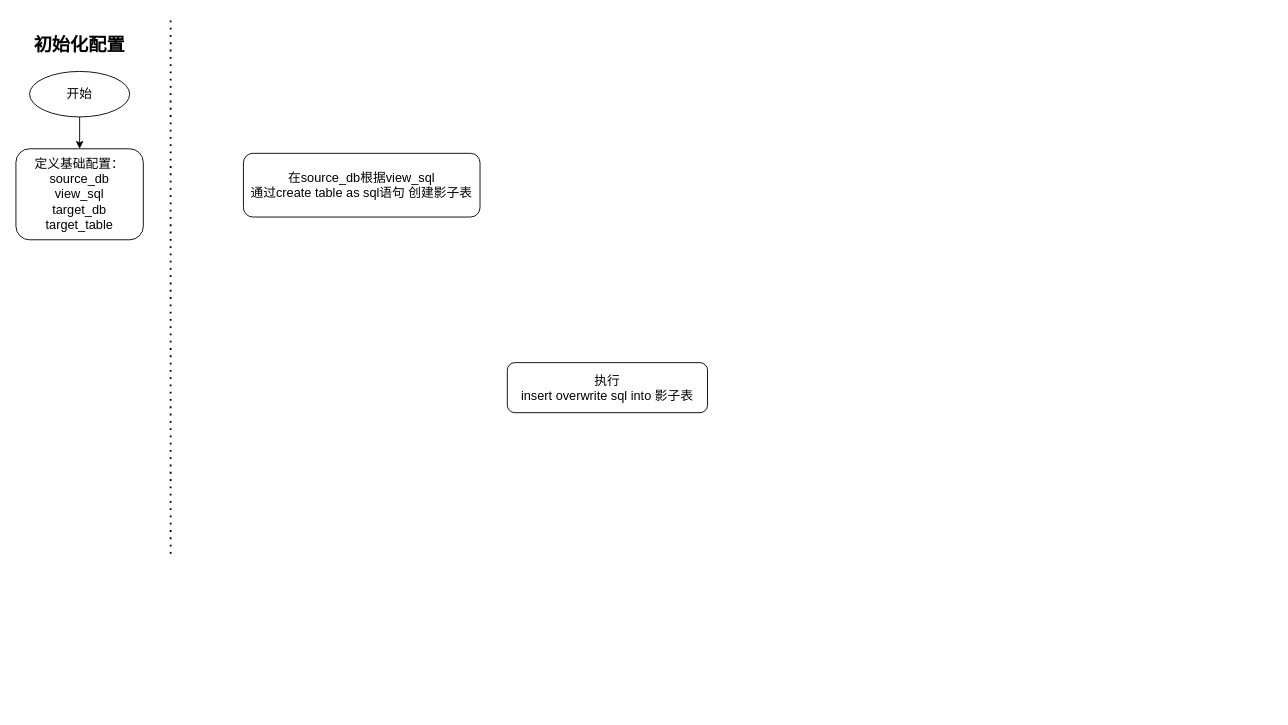
This is 需求记录/10、数仓博客/有规则准实时视图导入.drawio from peach0819/peach, a draw.io file, before an edit. Source tidied: cells renumbered, new cells numbered last; positions are measured from the earlier drawing's top-left corner, leaving out a move shared by most shapes. Both pictures are drawn from the tidied source at 91%, with x=0, y=0 at pixel (15, 16).
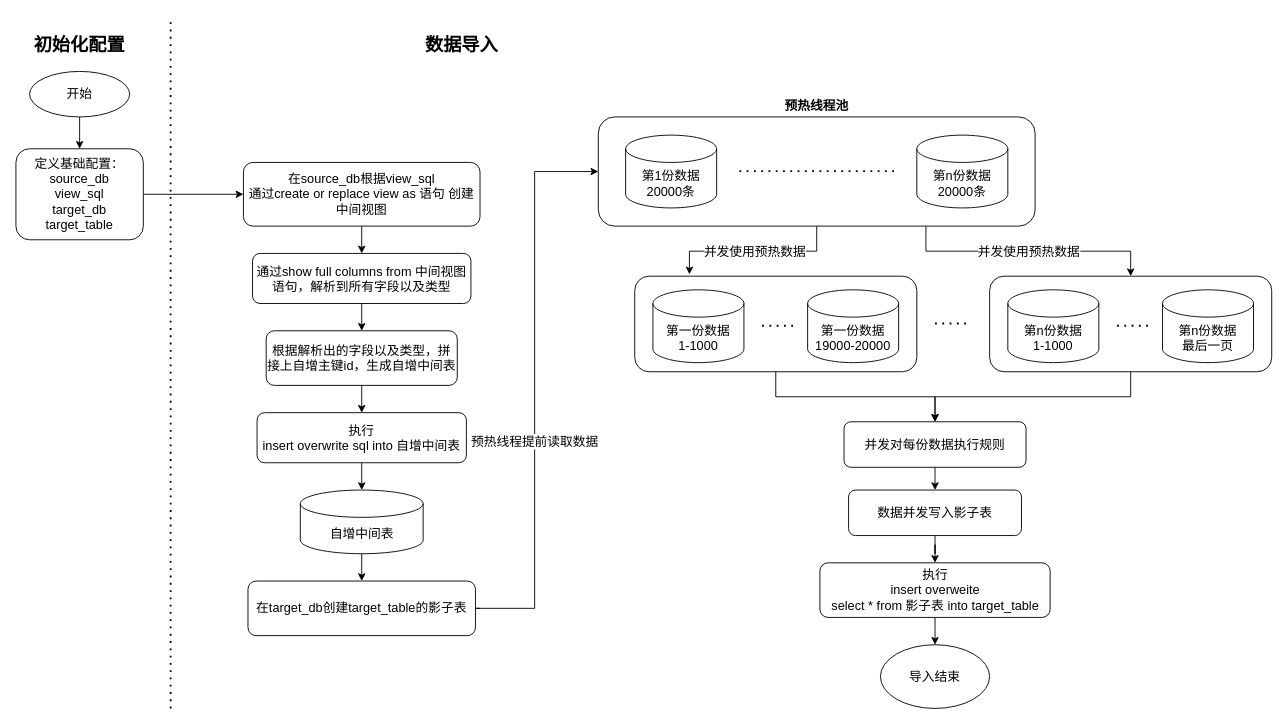
The same page after the edit.

Commit message (it also covers changes not shown here):
feat: 数仓博客-有规则准实时视图导入

The change refers to these unchanged cells:
```xml
<mxCell id="5" value="&lt;span style=&quot;font-size: 14px&quot;&gt;定义基础配置：&lt;/span&gt;&lt;br style=&quot;font-size: 14px&quot;&gt;&lt;span style=&quot;font-size: 14px&quot;&gt;source_db&lt;/span&gt;&lt;br style=&quot;font-size: 14px&quot;&gt;&lt;span style=&quot;font-size: 14px&quot;&gt;view_sql&lt;/span&gt;&lt;br style=&quot;font-size: 14px&quot;&gt;&lt;span style=&quot;font-size: 14px&quot;&gt;target_db&lt;/span&gt;&lt;br style=&quot;font-size: 14px&quot;&gt;&lt;span style=&quot;font-size: 14px&quot;&gt;target_table&lt;/span&gt;" style="rounded=1;whiteSpace=wrap;html=1;" parent="1" vertex="1">
  <mxGeometry y="145" width="140" height="100" as="geometry" />
</mxCell>
```

What changed in the source:
```diff
@@
+    <mxCell id="9" style="edgeStyle=orthogonalEdgeStyle;rounded=0;jettySize=auto;html=1;exitX=0.5;exitY=1;exitDx=0;exitDy=0;entryX=0.5;entryY=0;entryDx=0;entryDy=0;" parent="1" edge="1" source="10" target="45">
+      <mxGeometry relative="1" as="geometry" />
+    </mxCell>
+    <mxCell id="10" style="rounded=1;whiteSpace=wrap;html=1;" parent="1" vertex="1">
+      <mxGeometry x="680" y="285" width="310" height="105" as="geometry" />
+    </mxCell>
+    <mxCell id="11" value="&lt;font style=&quot;font-size: 14px&quot;&gt;并发使用预热数据&lt;/font&gt;" style="edgeStyle=orthogonalEdgeStyle;rounded=0;jettySize=auto;html=1;exitX=0.5;exitY=1;exitDx=0;exitDy=0;entryX=0.194;entryY=-0.019;entryDx=0;entryDy=0;entryPerimeter=0;" parent="1" edge="1" source="13" target="10">
+      <mxGeometry relative="1" as="geometry" />
+    </mxCell>
+    <mxCell id="12" value="&#10;&#10;&lt;span style=&quot;color: rgb(0, 0, 0); font-family: helvetica; font-size: 14px; font-style: normal; font-weight: 400; letter-spacing: normal; text-align: center; text-indent: 0px; text-transform: none; word-spacing: 0px; background-color: rgb(255, 255, 255); display: inline; float: none;&quot;&gt;并发使用预热数据&lt;/span&gt;&#10;&#10;" style="edgeStyle=orthogonalEdgeStyle;rounded=0;jettySize=auto;html=1;exitX=0.75;exitY=1;exitDx=0;exitDy=0;entryX=0.5;entryY=0;entryDx=0;entryDy=0;" parent="1" edge="1" source="13" target="39">
+      <mxGeometry relative="1" as="geometry" />
+    </mxCell>
+    <mxCell id="13" style="rounded=1;whiteSpace=wrap;html=1;" parent="1" vertex="1">
+      <mxGeometry x="640" y="110" width="480" height="120" as="geometry" />
+    </mxCell>
@@
+    <mxCell id="14" style="edgeStyle=orthogonalEdgeStyle;rounded=0;jettySize=auto;html=1;exitX=1;exitY=0.5;exitDx=0;exitDy=0;entryX=0;entryY=0.5;entryDx=0;entryDy=0;" parent="1" edge="1" source="5" target="18">
+      <mxGeometry relative="1" as="geometry" />
+    </mxCell>
@@
-    <mxCell id="6" style="endArrow=none;dashed=1;html=1;dashPattern=1 3;strokeWidth=2;" parent="1" edge="1">
-      <mxGeometry relative="1" as="geometry">
-        <mxPoint x="170" y="590" as="sourcePoint" />
-        <mxPoint x="170" as="targetPoint" />
-      </mxGeometry>
-    </mxCell>
-    <mxCell id="7" value="&lt;font style=&quot;font-size: 14px&quot;&gt;在source_db根据view_sql&lt;br&gt;通过create table as sql语句 创建影子表&lt;/font&gt;" style="rounded=1;whiteSpace=wrap;html=1;" parent="1" vertex="1">
-      <mxGeometry x="250" y="150" width="260" height="70" as="geometry" />
-    </mxCell>
-    <mxCell id="8" value="&lt;font style=&quot;font-size: 14px&quot;&gt;执行&lt;br&gt;insert overwrite sql into 影子表&lt;/font&gt;" style="rounded=1;whiteSpace=wrap;html=1;" parent="1" vertex="1">
-      <mxGeometry x="540" y="380" width="220" height="55" as="geometry" />
-    </mxCell>
+    <mxCell id="15" value="&lt;span style=&quot;font-size: 20px&quot;&gt;&lt;b&gt;数据导入&lt;/b&gt;&lt;/span&gt;" style="text;html=1;strokeColor=none;fillColor=none;align=center;verticalAlign=middle;whiteSpace=wrap;rounded=0;" parent="1" vertex="1">
+      <mxGeometry x="420" y="10" width="140" height="40" as="geometry" />
+    </mxCell>
+    <mxCell id="16" style="endArrow=none;dashed=1;html=1;dashPattern=1 3;strokeWidth=2;" parent="1" edge="1">
+      <mxGeometry relative="1" as="geometry">
+        <mxPoint x="170" y="760" as="sourcePoint" />
+        <mxPoint x="170" as="targetPoint" />
+      </mxGeometry>
+    </mxCell>
+    <mxCell id="17" style="edgeStyle=orthogonalEdgeStyle;rounded=0;jettySize=auto;html=1;exitX=0.5;exitY=1;exitDx=0;exitDy=0;entryX=0.5;entryY=0;entryDx=0;entryDy=0;" parent="1" edge="1" source="18" target="20">
+      <mxGeometry relative="1" as="geometry" />
+    </mxCell>
+    <mxCell id="18" value="&lt;font style=&quot;font-size: 14px&quot;&gt;在source_db根据view_sql&lt;br&gt;通过create or replace view as 语句 创建中间视图&lt;/font&gt;" style="rounded=1;whiteSpace=wrap;html=1;" parent="1" vertex="1">
+      <mxGeometry x="250" y="160" width="260" height="70" as="geometry" />
+    </mxCell>
+    <mxCell id="19" style="edgeStyle=orthogonalEdgeStyle;rounded=0;jettySize=auto;html=1;exitX=0.5;exitY=1;exitDx=0;exitDy=0;entryX=0.5;entryY=0;entryDx=0;entryDy=0;" parent="1" edge="1" target="22">
+      <mxGeometry relative="1" as="geometry">
+        <mxPoint x="382" y="315" as="sourcePoint" />
+      </mxGeometry>
+    </mxCell>
+    <mxCell id="20" value="&lt;font style=&quot;font-size: 14px&quot;&gt;通过show full columns from 中间视图&lt;br&gt;语句，解析到所有字段以及类型&lt;br&gt;&lt;/font&gt;" style="rounded=1;whiteSpace=wrap;html=1;" parent="1" vertex="1">
+      <mxGeometry x="260" y="260" width="240" height="55" as="geometry" />
+    </mxCell>
+    <mxCell id="21" style="edgeStyle=orthogonalEdgeStyle;rounded=0;jettySize=auto;html=1;exitX=0.5;exitY=1;exitDx=0;exitDy=0;entryX=0.5;entryY=0;entryDx=0;entryDy=0;" parent="1" edge="1" source="22" target="24">
+      <mxGeometry relative="1" as="geometry" />
+    </mxCell>
+    <mxCell id="22" value="&lt;font style=&quot;font-size: 14px&quot;&gt;根据解析出的字段以及类型，拼接上自增主键id，生成自增中间表&lt;/font&gt;" style="rounded=1;whiteSpace=wrap;html=1;" parent="1" vertex="1">
+      <mxGeometry x="275" y="345" width="210" height="60" as="geometry" />
+    </mxCell>
+    <mxCell id="23" style="edgeStyle=orthogonalEdgeStyle;rounded=0;jettySize=auto;html=1;exitX=0.5;exitY=1;exitDx=0;exitDy=0;entryX=0.5;entryY=0;entryDx=0;entryDy=0;entryPerimeter=0;" parent="1" edge="1" source="24" target="27">
+      <mxGeometry relative="1" as="geometry" />
+    </mxCell>
+    <mxCell id="24" value="&lt;font style=&quot;font-size: 14px&quot;&gt;执行&lt;br&gt;insert overwrite sql into 自增中间表&lt;/font&gt;" style="rounded=1;whiteSpace=wrap;html=1;" parent="1" vertex="1">
+      <mxGeometry x="265" y="435" width="230" height="55" as="geometry" />
+    </mxCell>
+    <mxCell id="25" value="&lt;font style=&quot;font-size: 14px&quot;&gt;预热线程提前读取数据&lt;/font&gt;" style="edgeStyle=orthogonalEdgeStyle;rounded=0;jettySize=auto;html=1;entryX=0;entryY=0.5;entryDx=0;entryDy=0;" parent="1" edge="1" target="13">
+      <mxGeometry relative="1" as="geometry">
+        <mxPoint x="510" y="650" as="sourcePoint" />
+        <Array as="points">
+          <mxPoint x="448" y="650" />
+          <mxPoint x="570" y="650" />
+          <mxPoint x="570" y="170" />
+        </Array>
+      </mxGeometry>
+    </mxCell>
+    <mxCell id="26" style="edgeStyle=orthogonalEdgeStyle;rounded=0;jettySize=auto;html=1;exitX=0.5;exitY=1;exitDx=0;exitDy=0;exitPerimeter=0;entryX=0.5;entryY=0;entryDx=0;entryDy=0;" parent="1" edge="1" source="27" target="46">
+      <mxGeometry relative="1" as="geometry" />
+    </mxCell>
+    <mxCell id="27" value="&lt;font style=&quot;font-size: 14px&quot;&gt;自增中间表&lt;/font&gt;" style="shape=cylinder3;whiteSpace=wrap;html=1;boundedLbl=1;backgroundOutline=1;size=15;" parent="1" vertex="1">
+      <mxGeometry x="312.5" y="520" width="135" height="70" as="geometry" />
+    </mxCell>
+    <mxCell id="28" value="&lt;font style=&quot;font-size: 14px&quot;&gt;导入结束&lt;/font&gt;" style="ellipse;whiteSpace=wrap;html=1;" parent="1" vertex="1">
+      <mxGeometry x="950" y="690" width="120" height="70" as="geometry" />
+    </mxCell>
+    <mxCell id="29" style="edgeStyle=orthogonalEdgeStyle;rounded=0;jettySize=auto;html=1;exitX=0.5;exitY=1;exitDx=0;exitDy=0;entryX=0.5;entryY=0;entryDx=0;entryDy=0;" parent="1" edge="1" source="30" target="28">
+      <mxGeometry relative="1" as="geometry" />
+    </mxCell>
+    <mxCell id="30" value="&lt;font style=&quot;font-size: 14px&quot;&gt;执行&lt;br&gt;insert overweite &lt;br&gt;select * from 影子表 into target_table&lt;/font&gt;" style="rounded=1;whiteSpace=wrap;html=1;" parent="1" vertex="1">
+      <mxGeometry x="883.5" y="600" width="253" height="60" as="geometry" />
+    </mxCell>
+    <mxCell id="31" value="&lt;font style=&quot;font-size: 14px&quot;&gt;第1份数据&lt;br&gt;20000条&lt;br&gt;&lt;/font&gt;" style="shape=cylinder3;whiteSpace=wrap;html=1;boundedLbl=1;backgroundOutline=1;size=15;" parent="1" vertex="1">
+      <mxGeometry x="670" y="130" width="100" height="80" as="geometry" />
+    </mxCell>
+    <mxCell id="32" value="&lt;font style=&quot;font-size: 14px&quot;&gt;第n份数据&lt;br&gt;20000条&lt;br&gt;&lt;/font&gt;" style="shape=cylinder3;whiteSpace=wrap;html=1;boundedLbl=1;backgroundOutline=1;size=15;" parent="1" vertex="1">
+      <mxGeometry x="990" y="130" width="100" height="80" as="geometry" />
+    </mxCell>
+    <mxCell id="33" style="endArrow=none;dashed=1;html=1;dashPattern=1 3;strokeWidth=2;" parent="1" edge="1">
+      <mxGeometry relative="1" as="geometry">
+        <mxPoint x="795" y="169.5" as="sourcePoint" />
+        <mxPoint x="965" y="169.5" as="targetPoint" />
+      </mxGeometry>
+    </mxCell>
+    <mxCell id="34" value="&lt;font style=&quot;font-size: 14px&quot;&gt;&lt;b&gt;预热线程池&lt;/b&gt;&lt;/font&gt;" style="text;html=1;strokeColor=none;fillColor=none;align=center;verticalAlign=middle;whiteSpace=wrap;rounded=0;" parent="1" vertex="1">
+      <mxGeometry x="830" y="85" width="100" height="25" as="geometry" />
+    </mxCell>
+    <mxCell id="35" value="&lt;font style=&quot;font-size: 14px&quot;&gt;第一份数据&lt;br&gt;1-1000&lt;br&gt;&lt;/font&gt;" style="shape=cylinder3;whiteSpace=wrap;html=1;boundedLbl=1;backgroundOutline=1;size=15;" parent="1" vertex="1">
+      <mxGeometry x="700" y="300" width="100" height="80" as="geometry" />
+    </mxCell>
+    <mxCell id="36" value="&lt;font style=&quot;font-size: 14px&quot;&gt;第一份数据&lt;br&gt;19000-20000&lt;br&gt;&lt;/font&gt;" style="shape=cylinder3;whiteSpace=wrap;html=1;boundedLbl=1;backgroundOutline=1;size=15;" parent="1" vertex="1">
+      <mxGeometry x="870" y="300" width="100" height="80" as="geometry" />
+    </mxCell>
+    <mxCell id="37" style="endArrow=none;dashed=1;html=1;dashPattern=1 3;strokeWidth=2;" parent="1" edge="1">
+      <mxGeometry relative="1" as="geometry">
+        <mxPoint x="820" y="339.5" as="sourcePoint" />
+        <mxPoint x="860" y="339.5" as="targetPoint" />
+      </mxGeometry>
+    </mxCell>
+    <mxCell id="38" style="edgeStyle=orthogonalEdgeStyle;rounded=0;jettySize=auto;html=1;exitX=0.5;exitY=1;exitDx=0;exitDy=0;entryX=0.5;entryY=0;entryDx=0;entryDy=0;" parent="1" edge="1" source="39" target="45">
+      <mxGeometry relative="1" as="geometry" />
+    </mxCell>
+    <mxCell id="39" style="rounded=1;whiteSpace=wrap;html=1;" parent="1" vertex="1">
+      <mxGeometry x="1070" y="285" width="310" height="105" as="geometry" />
+    </mxCell>
+    <mxCell id="40" value="&lt;font style=&quot;font-size: 14px&quot;&gt;第n份数据&lt;br&gt;1-1000&lt;br&gt;&lt;/font&gt;" style="shape=cylinder3;whiteSpace=wrap;html=1;boundedLbl=1;backgroundOutline=1;size=15;" parent="1" vertex="1">
+      <mxGeometry x="1090" y="300" width="100" height="80" as="geometry" />
+    </mxCell>
+    <mxCell id="41" value="&lt;font style=&quot;font-size: 14px&quot;&gt;第n份数据&lt;br&gt;最后一页&lt;br&gt;&lt;/font&gt;" style="shape=cylinder3;whiteSpace=wrap;html=1;boundedLbl=1;backgroundOutline=1;size=15;" parent="1" vertex="1">
+      <mxGeometry x="1260" y="300" width="100" height="80" as="geometry" />
+    </mxCell>
+    <mxCell id="42" style="endArrow=none;dashed=1;html=1;dashPattern=1 3;strokeWidth=2;" parent="1" edge="1">
+      <mxGeometry relative="1" as="geometry">
+        <mxPoint x="1210" y="339.5" as="sourcePoint" />
+        <mxPoint x="1250" y="339.5" as="targetPoint" />
+      </mxGeometry>
+    </mxCell>
+    <mxCell id="43" style="endArrow=none;dashed=1;html=1;dashPattern=1 3;strokeWidth=2;" parent="1" edge="1">
+      <mxGeometry relative="1" as="geometry">
+        <mxPoint x="1010" y="337" as="sourcePoint" />
+        <mxPoint x="1050" y="337" as="targetPoint" />
+      </mxGeometry>
+    </mxCell>
+    <mxCell id="44" style="edgeStyle=orthogonalEdgeStyle;rounded=0;jettySize=auto;html=1;exitX=0.5;exitY=1;exitDx=0;exitDy=0;entryX=0.5;entryY=0;entryDx=0;entryDy=0;" parent="1" edge="1" source="45" target="48">
+      <mxGeometry relative="1" as="geometry" />
+    </mxCell>
+    <mxCell id="45" value="&lt;font style=&quot;font-size: 14px&quot;&gt;并发对每份数据执行规则&lt;/font&gt;" style="rounded=1;whiteSpace=wrap;html=1;" parent="1" vertex="1">
+      <mxGeometry x="910" y="445" width="200" height="50" as="geometry" />
+    </mxCell>
+    <mxCell id="46" value="&lt;font style=&quot;font-size: 14px&quot;&gt;在target_db创建target_table的影子表&lt;/font&gt;" style="rounded=1;whiteSpace=wrap;html=1;" parent="1" vertex="1">
+      <mxGeometry x="255" y="620" width="250" height="60" as="geometry" />
+    </mxCell>
+    <mxCell id="47" style="edgeStyle=orthogonalEdgeStyle;rounded=0;jettySize=auto;html=1;exitX=0.5;exitY=1;exitDx=0;exitDy=0;" parent="1" edge="1" source="48" target="30">
+      <mxGeometry relative="1" as="geometry" />
+    </mxCell>
+    <mxCell id="48" value="&lt;font style=&quot;font-size: 14px&quot;&gt;数据并发写入影子表&lt;/font&gt;" style="rounded=1;whiteSpace=wrap;html=1;" parent="1" vertex="1">
+      <mxGeometry x="915" y="520" width="190" height="50" as="geometry" />
+    </mxCell>
```
